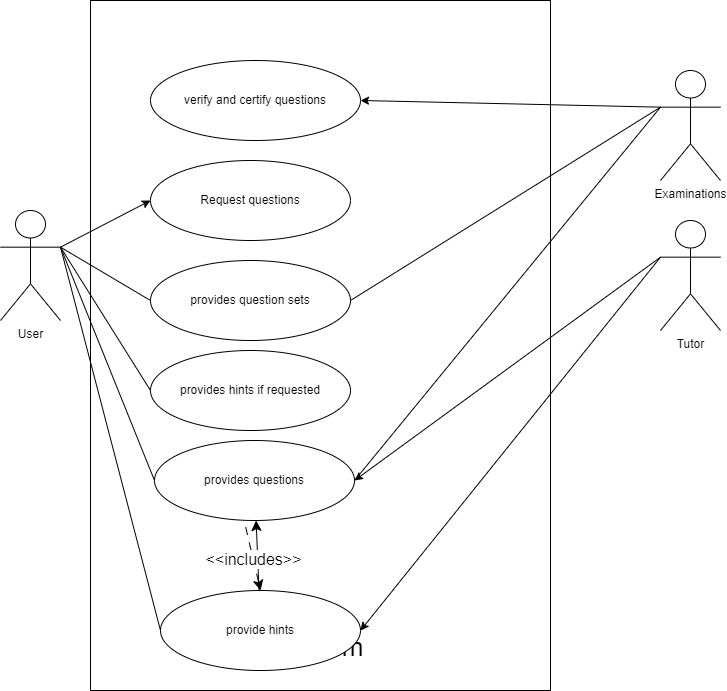
Earlier version of the draw.io export Quiz System.drawio.png (prasai-ap/system-modeling). Source tidied: cells renumbered, new cells last; positions are measured from the earlier drawing's top-left corner, leaving out a move shared by most shapes. Source of this version:
```xml
<mxGraphModel>
  <root>
    <mxCell id="0" />
    <mxCell id="1" parent="0" />
    <mxCell id="2" value="&lt;br&gt;&lt;br&gt;&lt;br&gt;&lt;br&gt;&lt;br&gt;&lt;br&gt;&lt;br&gt;&lt;br&gt;&lt;br&gt;&lt;br&gt;&lt;br&gt;&lt;br&gt;&lt;br&gt;&lt;br&gt;&lt;br&gt;&lt;br&gt;&lt;br&gt;&lt;br&gt;&lt;br&gt;&lt;br&gt;&lt;br&gt;&lt;br&gt;&lt;br&gt;&lt;br&gt;&lt;br&gt;&lt;br&gt;&lt;br&gt;&lt;br&gt;&lt;br&gt;&lt;br&gt;&lt;br&gt;&lt;br&gt;&lt;br&gt;&lt;br&gt;&lt;br&gt;&lt;br&gt;&lt;br&gt;&lt;br&gt;&lt;br&gt;&lt;br&gt;&lt;br&gt;&lt;br&gt;&lt;font style=&quot;font-size: 26px;&quot;&gt;System&lt;/font&gt;" style="rounded=0;whiteSpace=wrap;html=1;" parent="1" vertex="1">
      <mxGeometry x="90" width="460" height="690" as="geometry" />
    </mxCell>
    <mxCell id="3" value="Request questions" style="ellipse;whiteSpace=wrap;html=1;" parent="1" vertex="1">
      <mxGeometry x="150" y="160" width="200" height="80" as="geometry" />
    </mxCell>
    <mxCell id="4" value="provides question sets" style="ellipse;whiteSpace=wrap;html=1;" parent="1" vertex="1">
      <mxGeometry x="150" y="260" width="200" height="80" as="geometry" />
    </mxCell>
    <mxCell id="5" value="provides hints if requested" style="ellipse;whiteSpace=wrap;html=1;" parent="1" vertex="1">
      <mxGeometry x="150" y="350" width="200" height="80" as="geometry" />
    </mxCell>
    <mxCell id="6" value="provides questions" style="ellipse;whiteSpace=wrap;html=1;" parent="1" vertex="1">
      <mxGeometry x="154" y="440" width="200" height="80" as="geometry" />
    </mxCell>
    <mxCell id="7" style="edgeStyle=none;curved=1;rounded=0;jettySize=auto;html=1;fontSize=12;startSize=8;endSize=8;" parent="1" edge="1" source="8" target="6">
      <mxGeometry relative="1" as="geometry" />
    </mxCell>
    <mxCell id="8" value="provide hints" style="ellipse;whiteSpace=wrap;html=1;" parent="1" vertex="1">
      <mxGeometry x="160" y="590" width="200" height="80" as="geometry" />
    </mxCell>
    <mxCell id="9" value="User" style="shape=umlActor;verticalLabelPosition=bottom;verticalAlign=top;html=1;outlineConnect=0;" parent="1" vertex="1">
      <mxGeometry y="210" width="60" height="110" as="geometry" />
    </mxCell>
    <mxCell id="10" value="Tutor" style="shape=umlActor;verticalLabelPosition=bottom;verticalAlign=top;html=1;outlineConnect=0;" parent="1" vertex="1">
      <mxGeometry x="660" y="220" width="60" height="110" as="geometry" />
    </mxCell>
    <mxCell id="11" style="endArrow=classic;html=1;rounded=0;entryX=0;entryY=0.5;entryDx=0;entryDy=0;exitX=1;exitY=0.3333333333333333;exitDx=0;exitDy=0;exitPerimeter=0;" parent="1" edge="1" source="9" target="3">
      <mxGeometry relative="1" as="geometry" />
    </mxCell>
    <mxCell id="12" style="endArrow=none;html=1;rounded=0;entryX=0;entryY=0.5;entryDx=0;entryDy=0;exitX=1;exitY=0.3333333333333333;exitDx=0;exitDy=0;exitPerimeter=0;" parent="1" edge="1" source="9" target="4">
      <mxGeometry relative="1" as="geometry" />
    </mxCell>
    <mxCell id="13" style="endArrow=none;html=1;rounded=0;exitX=1;exitY=0.3333333333333333;exitDx=0;exitDy=0;exitPerimeter=0;entryX=0;entryY=0.5;entryDx=0;entryDy=0;" parent="1" edge="1" source="9" target="5">
      <mxGeometry relative="1" as="geometry" />
    </mxCell>
    <mxCell id="14" style="endArrow=none;html=1;rounded=0;exitX=1;exitY=0.3333333333333333;exitDx=0;exitDy=0;exitPerimeter=0;entryX=0;entryY=0.5;entryDx=0;entryDy=0;" parent="1" edge="1" source="9" target="6">
      <mxGeometry relative="1" as="geometry" />
    </mxCell>
    <mxCell id="15" style="endArrow=classic;html=1;rounded=0;exitX=0;exitY=0.3333333333333333;exitDx=0;exitDy=0;exitPerimeter=0;entryX=1;entryY=0.5;entryDx=0;entryDy=0;" parent="1" edge="1" source="10" target="6">
      <mxGeometry relative="1" as="geometry" />
    </mxCell>
    <mxCell id="16" style="endArrow=classic;html=1;rounded=0;exitX=0;exitY=0.3333333333333333;exitDx=0;exitDy=0;exitPerimeter=0;entryX=1;entryY=0.5;entryDx=0;entryDy=0;" parent="1" edge="1" source="10" target="8">
      <mxGeometry relative="1" as="geometry" />
    </mxCell>
    <mxCell id="17" style="endArrow=none;html=1;rounded=0;exitX=0;exitY=0.5;exitDx=0;exitDy=0;entryX=1;entryY=0.3333333333333333;entryDx=0;entryDy=0;entryPerimeter=0;" parent="1" edge="1" source="8" target="9">
      <mxGeometry relative="1" as="geometry" />
    </mxCell>
    <mxCell id="18" value="verify and certify questions" style="ellipse;whiteSpace=wrap;html=1;" parent="1" vertex="1">
      <mxGeometry x="150" y="60" width="210" height="80" as="geometry" />
    </mxCell>
    <mxCell id="19" value="Examinations" style="shape=umlActor;verticalLabelPosition=bottom;verticalAlign=top;html=1;outlineConnect=0;" parent="1" vertex="1">
      <mxGeometry x="660" y="70" width="60" height="110" as="geometry" />
    </mxCell>
    <mxCell id="20" style="endArrow=none;html=1;rounded=0;exitX=1;exitY=0.5;exitDx=0;exitDy=0;entryX=0;entryY=0.3333333333333333;entryDx=0;entryDy=0;entryPerimeter=0;" parent="1" edge="1" source="4" target="19">
      <mxGeometry relative="1" as="geometry" />
    </mxCell>
    <mxCell id="21" style="endArrow=none;html=1;rounded=0;exitX=1;exitY=0.5;exitDx=0;exitDy=0;entryX=0;entryY=0.3333333333333333;entryDx=0;entryDy=0;entryPerimeter=0;" parent="1" edge="1" source="6" target="19">
      <mxGeometry relative="1" as="geometry" />
    </mxCell>
    <mxCell id="22" style="endArrow=classic;html=1;rounded=0;exitX=0;exitY=0.3333333333333333;exitDx=0;exitDy=0;exitPerimeter=0;entryX=1;entryY=0.5;entryDx=0;entryDy=0;" parent="1" edge="1" source="19" target="18">
      <mxGeometry relative="1" as="geometry" />
    </mxCell>
    <mxCell id="23" style="endArrow=classic;html=1;rounded=0;fontSize=12;startSize=8;endSize=8;curved=1;exitX=0.456;exitY=1.083;exitDx=0;exitDy=0;exitPerimeter=0;entryX=0.5;entryY=0;entryDx=0;entryDy=0;dashed=1;dashPattern=8 8;strokeWidth=1;" parent="1" edge="1" source="6" target="8">
      <mxGeometry relative="1" as="geometry" />
    </mxCell>
    <mxCell id="24" value="&amp;lt;&amp;lt;includes&amp;gt;&amp;gt;" style="edgeLabel;html=1;align=center;verticalAlign=middle;fontSize=16;" parent="23" vertex="1">
      <mxGeometry relative="1" as="geometry" />
    </mxCell>
  </root>
</mxGraphModel>
```
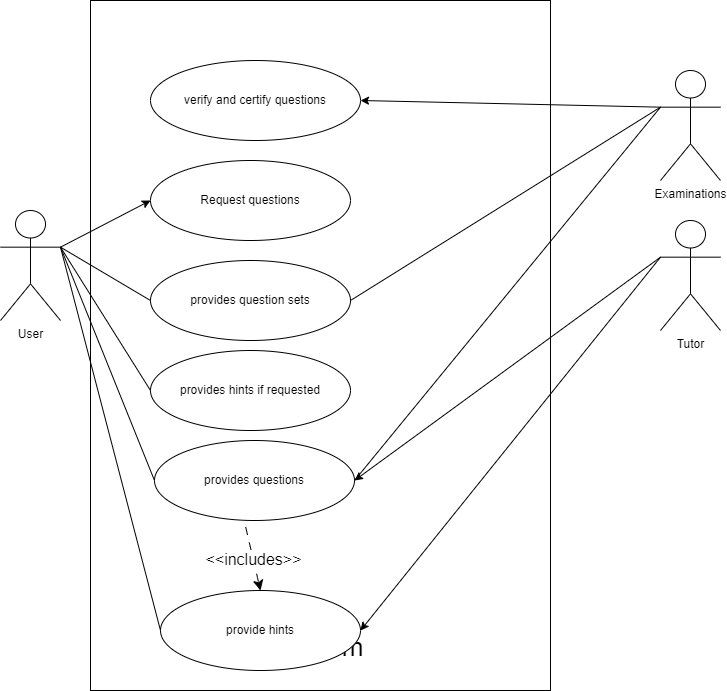
Later version of the same file.

Diff of the diagram source:
```diff
@@ -17,9 +17,6 @@
     <mxCell id="6" value="provides questions" style="ellipse;whiteSpace=wrap;html=1;" parent="1" vertex="1">
       <mxGeometry x="154" y="440" width="200" height="80" as="geometry" />
     </mxCell>
-    <mxCell id="7" style="edgeStyle=none;curved=1;rounded=0;jettySize=auto;html=1;fontSize=12;startSize=8;endSize=8;" parent="1" edge="1" source="8" target="6">
-      <mxGeometry relative="1" as="geometry" />
-    </mxCell>
     <mxCell id="8" value="provide hints" style="ellipse;whiteSpace=wrap;html=1;" parent="1" vertex="1">
       <mxGeometry x="160" y="590" width="200" height="80" as="geometry" />
     </mxCell>
```
